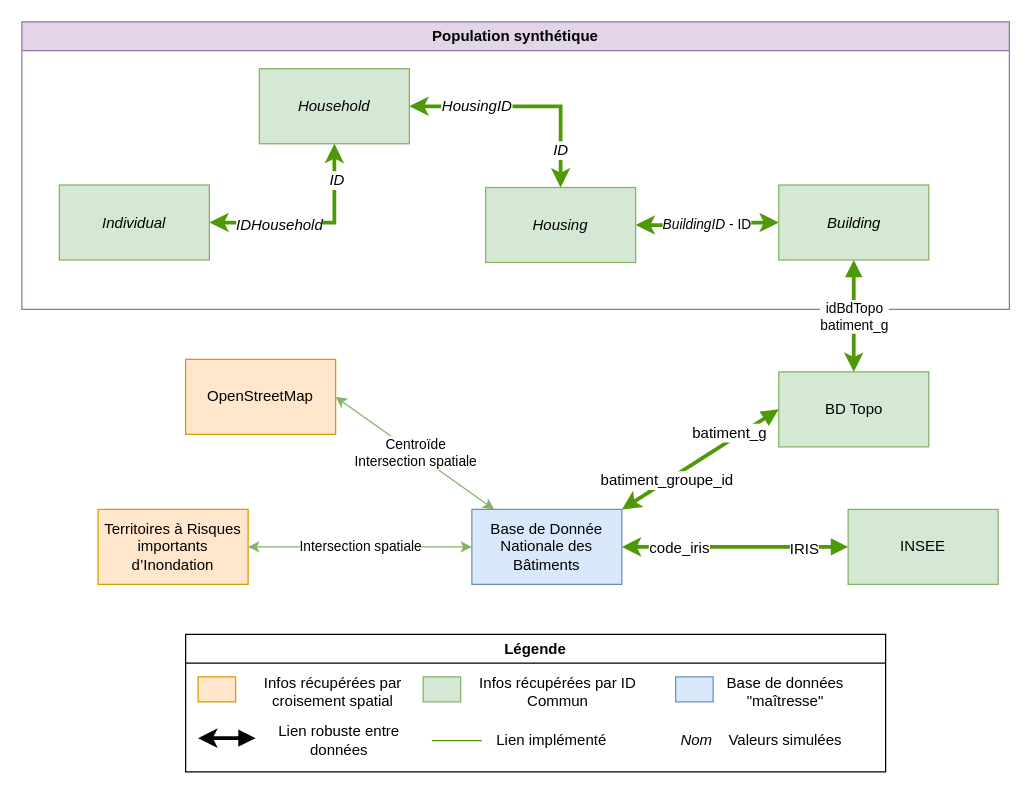
This is liens_entre_bases.drawio from EnzoVenon/Gemini_numeriques, a draw.io file, before an edit. Source tidied: cells renumbered, new cells numbered last; positions are measured from the earlier drawing's top-left corner, leaving out a move shared by most shapes. Both pictures are drawn from the tidied source at 125%, with x=0, y=0 at pixel (21, 21).
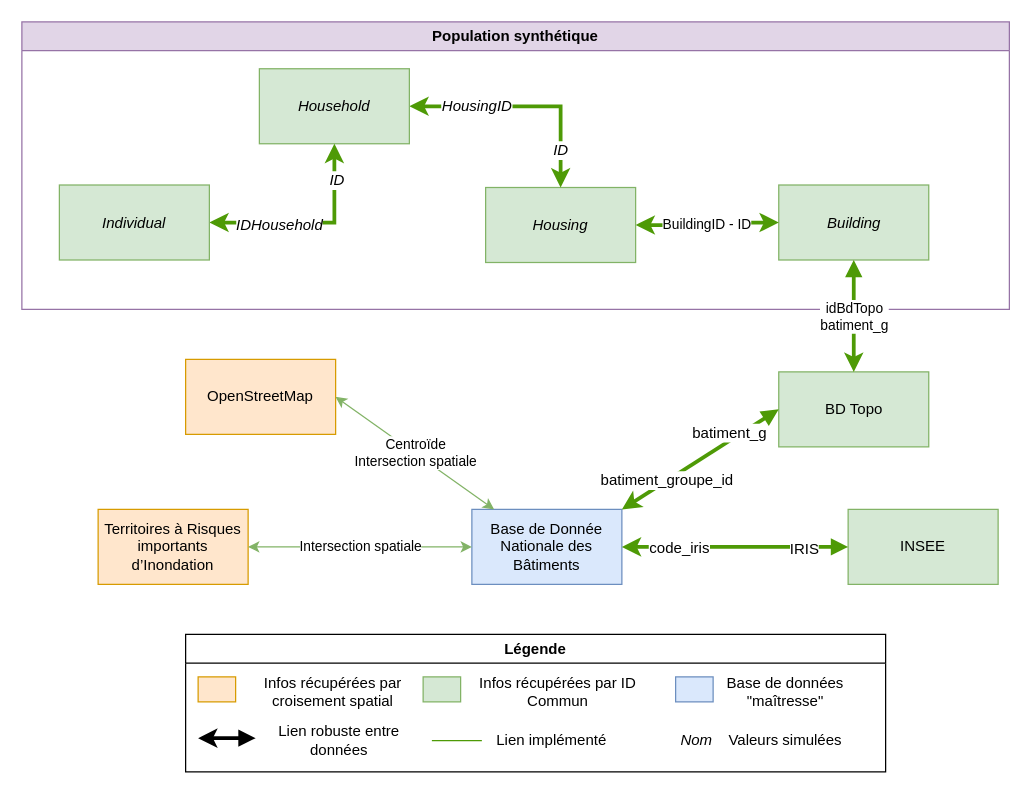
The same page after the edit.

Commit message:
Mettre à jour liens_entre_bases.drawio

The change refers to these unchanged cells:
```xml
<mxCell id="11" value="Population synthétique" style="swimlane;whiteSpace=wrap;html=1;fillColor=#e1d5e7;strokeColor=#9673a6;" parent="1" vertex="1">
  <mxGeometry width="790" height="230" as="geometry" />
</mxCell>
<mxCell id="12" value="&lt;i&gt;Building&lt;/i&gt;" style="rounded=0;whiteSpace=wrap;html=1;fillColor=#d5e8d4;strokeColor=#82b366;" parent="11" vertex="1">
  <mxGeometry x="605.5" y="130.5" width="120" height="60" as="geometry" />
</mxCell>
<mxCell id="14" value="&lt;i&gt;Housing&lt;/i&gt;" style="rounded=0;whiteSpace=wrap;html=1;fillColor=#d5e8d4;strokeColor=#82b366;" parent="11" vertex="1">
  <mxGeometry x="371" y="132.5" width="120" height="60" as="geometry" />
</mxCell>
```

The edit, as a diff of the source:
```diff
@@
-    <mxCell id="13" value="&lt;i&gt;BuildingID&lt;/i&gt; - ID" style="edgeStyle=orthogonalEdgeStyle;rounded=0;jettySize=auto;html=1;exitX=1;exitY=0.5;exitDx=0;exitDy=0;entryX=0;entryY=0.5;entryDx=0;entryDy=0;strokeColor=#4E9A06;endArrow=classic;endFill=1;startArrow=classic;startFill=1;strokeWidth=3;" parent="11" edge="1" source="14" target="12">
+    <mxCell id="13" value="BuildingID - ID" style="edgeStyle=orthogonalEdgeStyle;rounded=0;jettySize=auto;html=1;exitX=1;exitY=0.5;exitDx=0;exitDy=0;entryX=0;entryY=0.5;entryDx=0;entryDy=0;strokeColor=#4E9A06;endArrow=classic;endFill=1;startArrow=classic;startFill=1;strokeWidth=3;" parent="11" edge="1" source="14" target="12">
       <mxGeometry relative="1" as="geometry" />
     </mxCell>
```
